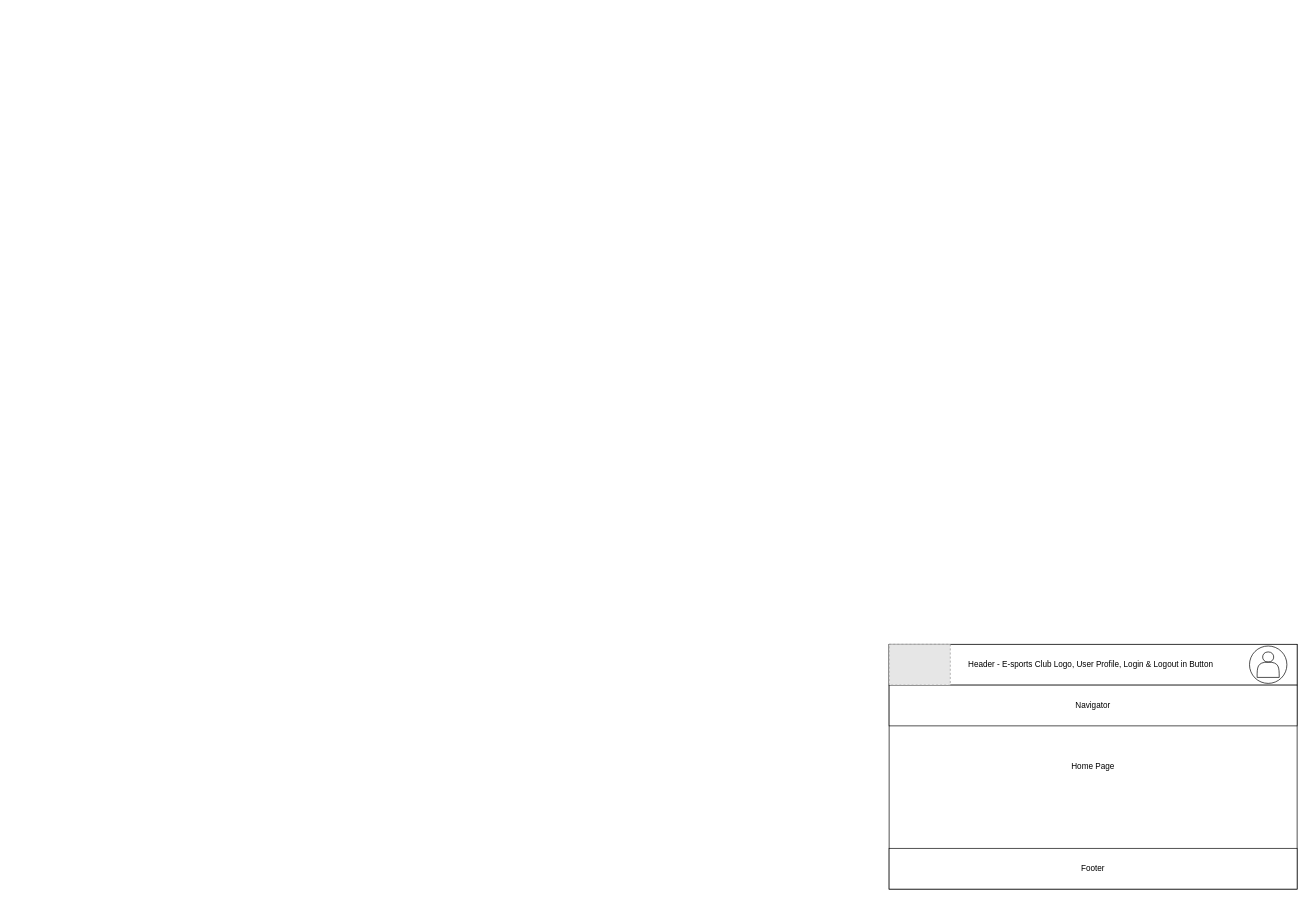
Above: homepage_wireframes.drawio in 0923frisk-max/Front-End_Web_Assignment_Group55 (draw.io), before the change. Source tidied: cells renumbered, new cells numbered last; positions are measured from the earlier drawing's top-left corner, leaving out a move shared by most shapes. Both pictures are drawn from the tidied source at 68%, with x=0, y=0 at pixel (889, 644). Pictures stored in the file or linked from it are replaced by grey dashed boxes.
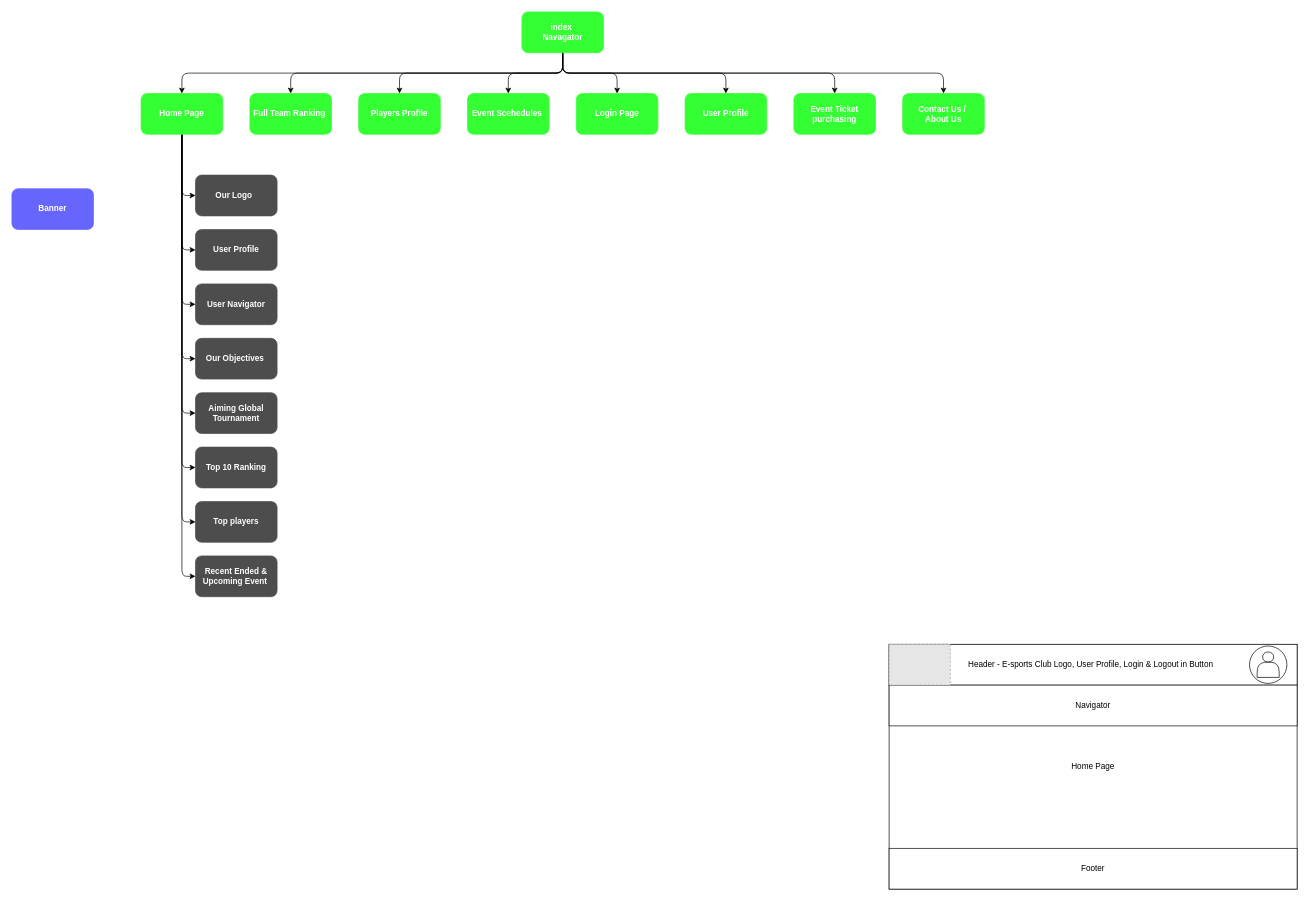
After the change.

Commit message:
Site Map - First Update

Website Structural and Contents Overview

What changed in the source:
```diff
@@
+    <mxCell id="9" value="&lt;b&gt;&lt;font color=&quot;#ffffff&quot;&gt;Aiming Global Tournament&lt;/font&gt;&lt;/b&gt;" style="rounded=1;whiteSpace=wrap;html=1;strokeColor=#4D4D4D;fillColor=#4D4D4D;" parent="1" vertex="1">
+      <mxGeometry x="-1020" y="-370" width="120" height="60" as="geometry" />
+    </mxCell>
+    <mxCell id="10" value="&lt;b&gt;&lt;font color=&quot;#ffffff&quot;&gt;Top 10 Ranking&lt;/font&gt;&lt;/b&gt;" style="rounded=1;whiteSpace=wrap;html=1;strokeColor=#4D4D4D;fillColor=#4D4D4D;" parent="1" vertex="1">
+      <mxGeometry x="-1020" y="-290" width="120" height="60" as="geometry" />
+    </mxCell>
@@
+    <mxCell id="11" style="edgeStyle=orthogonalEdgeStyle;html=1;entryX=0;entryY=0.5;entryDx=0;entryDy=0;" parent="1" edge="1" source="19" target="25">
+      <mxGeometry relative="1" as="geometry" />
+    </mxCell>
+    <mxCell id="12" style="edgeStyle=orthogonalEdgeStyle;html=1;entryX=0;entryY=0.5;entryDx=0;entryDy=0;" parent="1" edge="1" source="19" target="26">
+      <mxGeometry relative="1" as="geometry" />
+    </mxCell>
+    <mxCell id="13" style="edgeStyle=orthogonalEdgeStyle;html=1;entryX=0;entryY=0.5;entryDx=0;entryDy=0;" parent="1" edge="1" source="19" target="42">
+      <mxGeometry relative="1" as="geometry" />
+    </mxCell>
+    <mxCell id="14" style="edgeStyle=orthogonalEdgeStyle;html=1;entryX=0;entryY=0.5;entryDx=0;entryDy=0;" parent="1" edge="1" source="19" target="21">
+      <mxGeometry relative="1" as="geometry" />
+    </mxCell>
+    <mxCell id="15" style="edgeStyle=orthogonalEdgeStyle;html=1;entryX=0;entryY=0.5;entryDx=0;entryDy=0;" parent="1" edge="1" source="19" target="9">
+      <mxGeometry relative="1" as="geometry" />
+    </mxCell>
+    <mxCell id="16" style="edgeStyle=orthogonalEdgeStyle;html=1;entryX=0;entryY=0.5;entryDx=0;entryDy=0;" parent="1" edge="1" source="19" target="10">
+      <mxGeometry relative="1" as="geometry" />
+    </mxCell>
+    <mxCell id="17" style="edgeStyle=orthogonalEdgeStyle;html=1;entryX=0;entryY=0.5;entryDx=0;entryDy=0;" parent="1" edge="1" source="19" target="22">
+      <mxGeometry relative="1" as="geometry" />
+    </mxCell>
+    <mxCell id="18" style="edgeStyle=orthogonalEdgeStyle;html=1;entryX=0;entryY=0.5;entryDx=0;entryDy=0;" parent="1" edge="1" source="19" target="23">
+      <mxGeometry relative="1" as="geometry" />
+    </mxCell>
+    <mxCell id="19" value="&lt;div&gt;&lt;font color=&quot;#ffffff&quot;&gt;&lt;b style=&quot;&quot;&gt;Home Page&lt;/b&gt;&lt;/font&gt;&lt;/div&gt;" style="rounded=1;whiteSpace=wrap;html=1;fillColor=#33FF33;strokeColor=#33FF33;" parent="1" vertex="1">
+      <mxGeometry x="-1100" y="-810" width="120" height="60" as="geometry" />
+    </mxCell>
+    <mxCell id="20" value="&lt;b&gt;&lt;font color=&quot;#ffffff&quot;&gt;Banner&lt;/font&gt;&lt;/b&gt;" style="rounded=1;whiteSpace=wrap;html=1;strokeColor=#6666FF;fillColor=#6666FF;" parent="1" vertex="1">
+      <mxGeometry x="-1290" y="-670" width="120" height="60" as="geometry" />
+    </mxCell>
+    <mxCell id="21" value="&lt;b&gt;&lt;font color=&quot;#ffffff&quot;&gt;Our Objectives&amp;nbsp;&lt;/font&gt;&lt;/b&gt;" style="rounded=1;whiteSpace=wrap;html=1;strokeColor=#4D4D4D;fillColor=#4D4D4D;" parent="1" vertex="1">
+      <mxGeometry x="-1020" y="-450" width="120" height="60" as="geometry" />
+    </mxCell>
+    <mxCell id="22" value="&lt;b&gt;&lt;font color=&quot;#ffffff&quot;&gt;Top players&lt;/font&gt;&lt;/b&gt;" style="rounded=1;whiteSpace=wrap;html=1;strokeColor=#4D4D4D;fillColor=#4D4D4D;" parent="1" vertex="1">
+      <mxGeometry x="-1020" y="-210" width="120" height="60" as="geometry" />
+    </mxCell>
+    <mxCell id="23" value="&lt;b&gt;&lt;font color=&quot;#ffffff&quot;&gt;Recent Ended &amp;amp; Upcoming Event&amp;nbsp;&lt;/font&gt;&lt;/b&gt;" style="rounded=1;whiteSpace=wrap;html=1;strokeColor=#4D4D4D;fillColor=#4D4D4D;" parent="1" vertex="1">
+      <mxGeometry x="-1020" y="-130" width="120" height="60" as="geometry" />
+    </mxCell>
+    <mxCell id="24" value="&lt;font color=&quot;#ffffff&quot;&gt;&lt;b style=&quot;&quot;&gt;Login Page&lt;/b&gt;&lt;/font&gt;" style="rounded=1;whiteSpace=wrap;html=1;fillColor=#33FF33;strokeColor=#33FF33;" parent="1" vertex="1">
+      <mxGeometry x="-460" y="-810" width="120" height="60" as="geometry" />
+    </mxCell>
+    <mxCell id="25" value="&lt;b&gt;&lt;font color=&quot;#ffffff&quot;&gt;Our Logo&amp;nbsp;&amp;nbsp;&lt;/font&gt;&lt;/b&gt;" style="rounded=1;whiteSpace=wrap;html=1;strokeColor=#4D4D4D;fillColor=#4D4D4D;" parent="1" vertex="1">
+      <mxGeometry x="-1020" y="-690" width="120" height="60" as="geometry" />
+    </mxCell>
+    <mxCell id="26" value="&lt;b&gt;&lt;font color=&quot;#ffffff&quot;&gt;User Profile&lt;/font&gt;&lt;/b&gt;" style="rounded=1;whiteSpace=wrap;html=1;strokeColor=#4D4D4D;fillColor=#4D4D4D;" parent="1" vertex="1">
+      <mxGeometry x="-1020" y="-610" width="120" height="60" as="geometry" />
+    </mxCell>
+    <mxCell id="27" style="edgeStyle=orthogonalEdgeStyle;html=1;entryX=0.5;entryY=0;entryDx=0;entryDy=0;" parent="1" edge="1" source="35" target="40">
+      <mxGeometry relative="1" as="geometry" />
+    </mxCell>
+    <mxCell id="28" style="edgeStyle=orthogonalEdgeStyle;html=1;entryX=0.5;entryY=0;entryDx=0;entryDy=0;" parent="1" edge="1" source="35" target="24">
+      <mxGeometry relative="1" as="geometry" />
+    </mxCell>
+    <mxCell id="29" style="edgeStyle=orthogonalEdgeStyle;html=1;entryX=0.5;entryY=0;entryDx=0;entryDy=0;exitX=0.5;exitY=1;exitDx=0;exitDy=0;" parent="1" edge="1" source="35" target="36">
+      <mxGeometry relative="1" as="geometry" />
+    </mxCell>
+    <mxCell id="30" style="edgeStyle=orthogonalEdgeStyle;html=1;entryX=0.5;entryY=0;entryDx=0;entryDy=0;exitX=0.5;exitY=1;exitDx=0;exitDy=0;" parent="1" edge="1" source="35" target="41">
+      <mxGeometry relative="1" as="geometry" />
+    </mxCell>
+    <mxCell id="31" style="edgeStyle=orthogonalEdgeStyle;html=1;exitX=0.5;exitY=1;exitDx=0;exitDy=0;" parent="1" edge="1" source="35" target="37">
+      <mxGeometry relative="1" as="geometry" />
+    </mxCell>
+    <mxCell id="32" style="edgeStyle=orthogonalEdgeStyle;html=1;exitX=0.5;exitY=1;exitDx=0;exitDy=0;" parent="1" edge="1" source="35" target="39">
+      <mxGeometry relative="1" as="geometry" />
+    </mxCell>
+    <mxCell id="33" style="edgeStyle=orthogonalEdgeStyle;html=1;entryX=0.5;entryY=0;entryDx=0;entryDy=0;exitX=0.5;exitY=1;exitDx=0;exitDy=0;" parent="1" edge="1" source="35" target="38">
+      <mxGeometry relative="1" as="geometry" />
+    </mxCell>
+    <mxCell id="34" style="edgeStyle=orthogonalEdgeStyle;html=1;entryX=0.5;entryY=0;entryDx=0;entryDy=0;exitX=0.5;exitY=1;exitDx=0;exitDy=0;" parent="1" edge="1" source="35" target="19">
+      <mxGeometry relative="1" as="geometry" />
+    </mxCell>
+    <mxCell id="35" value="&lt;font color=&quot;#ffffff&quot;&gt;&lt;b style=&quot;&quot;&gt;index&amp;nbsp;&lt;/b&gt;&lt;/font&gt;&lt;div&gt;&lt;font color=&quot;#ffffff&quot;&gt;&lt;b style=&quot;&quot;&gt;Navagator&lt;/b&gt;&lt;/font&gt;&lt;/div&gt;" style="rounded=1;whiteSpace=wrap;html=1;fillColor=#33FF33;strokeColor=#33FF33;" parent="1" vertex="1">
+      <mxGeometry x="-540" y="-930" width="120" height="60" as="geometry" />
+    </mxCell>
+    <mxCell id="36" value="&lt;font color=&quot;#ffffff&quot;&gt;&lt;b style=&quot;&quot;&gt;User Profile&lt;/b&gt;&lt;/font&gt;" style="rounded=1;whiteSpace=wrap;html=1;fillColor=#33FF33;strokeColor=#33FF33;" parent="1" vertex="1">
+      <mxGeometry x="-300" y="-810" width="120" height="60" as="geometry" />
+    </mxCell>
+    <mxCell id="37" value="&lt;font color=&quot;#ffffff&quot;&gt;&lt;b style=&quot;&quot;&gt;Contact Us /&amp;nbsp;&lt;/b&gt;&lt;/font&gt;&lt;div&gt;&lt;font color=&quot;#ffffff&quot;&gt;&lt;b style=&quot;&quot;&gt;About Us&lt;/b&gt;&lt;/font&gt;&lt;/div&gt;" style="rounded=1;whiteSpace=wrap;html=1;fillColor=#33FF33;strokeColor=#33FF33;" parent="1" vertex="1">
+      <mxGeometry x="20" y="-810" width="120" height="60" as="geometry" />
+    </mxCell>
+    <mxCell id="38" value="&lt;font color=&quot;#ffffff&quot;&gt;&lt;b style=&quot;&quot;&gt;Full Team Ranking&amp;nbsp;&lt;/b&gt;&lt;/font&gt;" style="rounded=1;whiteSpace=wrap;html=1;fillColor=#33FF33;strokeColor=#33FF33;" parent="1" vertex="1">
+      <mxGeometry x="-940" y="-810" width="120" height="60" as="geometry" />
+    </mxCell>
+    <mxCell id="39" value="&lt;font color=&quot;#ffffff&quot;&gt;&lt;b style=&quot;&quot;&gt;Players Profile&lt;/b&gt;&lt;/font&gt;" style="rounded=1;whiteSpace=wrap;html=1;fillColor=#33FF33;strokeColor=#33FF33;" parent="1" vertex="1">
+      <mxGeometry x="-780" y="-810" width="120" height="60" as="geometry" />
+    </mxCell>
+    <mxCell id="40" value="&lt;font color=&quot;#ffffff&quot;&gt;&lt;b style=&quot;&quot;&gt;Event Scehedules&amp;nbsp;&lt;/b&gt;&lt;/font&gt;" style="rounded=1;whiteSpace=wrap;html=1;fillColor=#33FF33;strokeColor=#33FF33;" parent="1" vertex="1">
+      <mxGeometry x="-620" y="-810" width="120" height="60" as="geometry" />
+    </mxCell>
+    <mxCell id="41" value="&lt;font color=&quot;#ffffff&quot;&gt;&lt;b style=&quot;&quot;&gt;Event Ticket purchasing&lt;/b&gt;&lt;/font&gt;" style="rounded=1;whiteSpace=wrap;html=1;fillColor=#33FF33;strokeColor=#33FF33;" parent="1" vertex="1">
+      <mxGeometry x="-140" y="-810" width="120" height="60" as="geometry" />
+    </mxCell>
+    <mxCell id="42" value="&lt;b&gt;&lt;font color=&quot;#ffffff&quot;&gt;User Navigator&lt;/font&gt;&lt;/b&gt;" style="rounded=1;whiteSpace=wrap;html=1;strokeColor=#4D4D4D;fillColor=#4D4D4D;" parent="1" vertex="1">
+      <mxGeometry x="-1020" y="-530" width="120" height="60" as="geometry" />
+    </mxCell>
```
